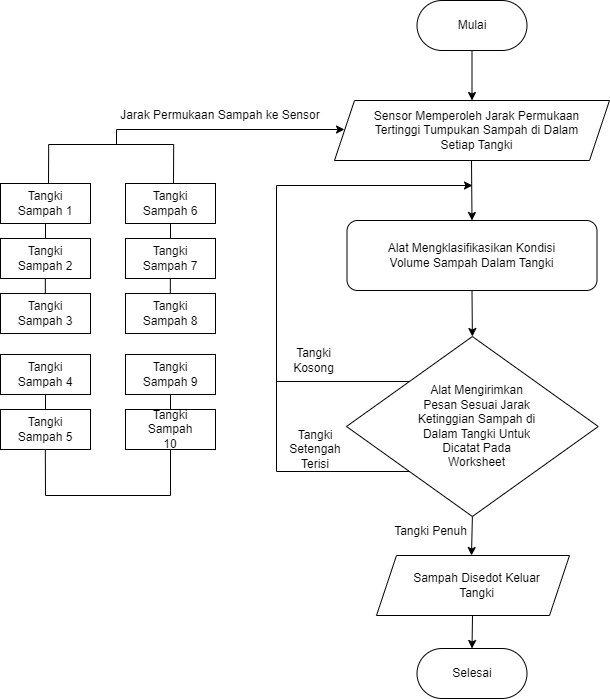
This is Untitled Diagram.drawio.png from Nurhalim-tech/Jarvis-artificial-intelligence, a draw.io export, as it was before one commit. Source tidied: cells renumbered, new cells last; positions are measured from the earlier drawing's top-left corner, leaving out a move shared by most shapes.
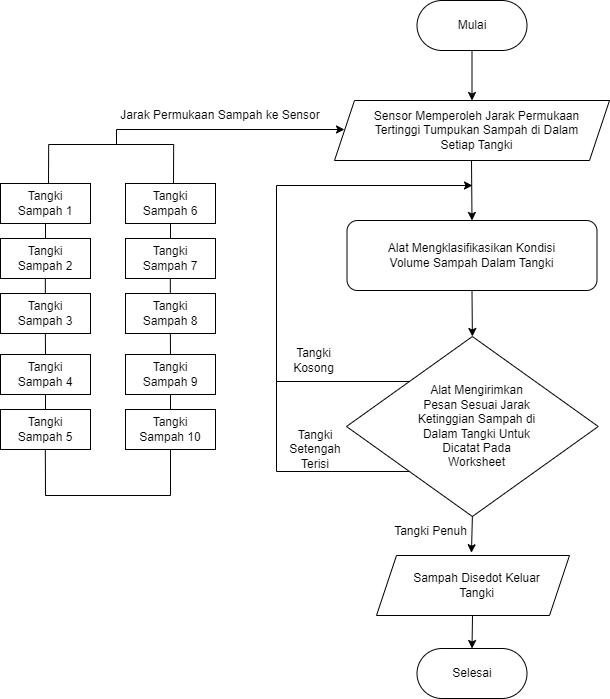
Later version of the same file.

Diff of the diagram source:
```diff
@@ -90,10 +90,8 @@
     <mxCell id="25" value="Tangki Setengah Terisi" style="text;html=1;align=center;verticalAlign=middle;whiteSpace=wrap;rounded=0;" parent="1" vertex="1">
       <mxGeometry x="278.5" y="434" width="72" height="30" as="geometry" />
     </mxCell>
-    <mxCell id="26" style="endArrow=classic;html=1;rounded=0;exitX=0.5;exitY=1;exitDx=0;exitDy=0;" parent="1" edge="1" source="19">
-      <mxGeometry relative="1" as="geometry">
-        <mxPoint x="471" y="555" as="targetPoint" />
-      </mxGeometry>
+    <mxCell id="26" style="endArrow=classic;html=1;rounded=0;exitX=0.5;exitY=1;exitDx=0;exitDy=0;entryX=0.492;entryY=-0.046;entryDx=0;entryDy=0;entryPerimeter=0;" parent="1" edge="1" source="19" target="27">
+      <mxGeometry relative="1" as="geometry" />
     </mxCell>
     <mxCell id="27" style="shape=parallelogram;perimeter=parallelogramPerimeter;whiteSpace=wrap;html=1;fixedSize=1;" parent="1" vertex="1">
       <mxGeometry x="376" y="555" width="193" height="60" as="geometry" />
@@ -182,7 +180,7 @@
       <mxGeometry x="125" y="409" width="90" height="40" as="geometry" />
     </mxCell>
     <mxCell id="51" value="Tangki Sampah 10" style="text;html=1;align=center;verticalAlign=middle;whiteSpace=wrap;rounded=0;" parent="1" vertex="1">
-      <mxGeometry x="140" y="414" width="60" height="30" as="geometry" />
+      <mxGeometry x="135" y="414" width="70" height="30" as="geometry" />
     </mxCell>
     <mxCell id="52" style="endArrow=none;html=1;rounded=0;entryX=0.5;entryY=0;entryDx=0;entryDy=0;exitX=0.5;exitY=1;exitDx=0;exitDy=0;" parent="1" edge="1" source="48" target="50">
       <mxGeometry relative="1" as="geometry" />
@@ -197,5 +195,16 @@
         </Array>
       </mxGeometry>
     </mxCell>
+    <mxCell id="54" style="endArrow=none;html=1;rounded=0;entryX=0.5;entryY=0;entryDx=0;entryDy=0;exitX=0.5;exitY=1;exitDx=0;exitDy=0;" parent="1" edge="1" target="34">
+      <mxGeometry relative="1" as="geometry">
+        <mxPoint x="44.9" y="333" as="sourcePoint" />
+      </mxGeometry>
+    </mxCell>
+    <mxCell id="55" style="endArrow=none;html=1;rounded=0;entryX=0.5;entryY=0;entryDx=0;entryDy=0;exitX=0.5;exitY=1;exitDx=0;exitDy=0;" parent="1" edge="1">
+      <mxGeometry relative="1" as="geometry">
+        <mxPoint x="169.9" y="333" as="sourcePoint" />
+        <mxPoint x="170" y="354" as="targetPoint" />
+      </mxGeometry>
+    </mxCell>
   </root>
 </mxGraphModel>
```
